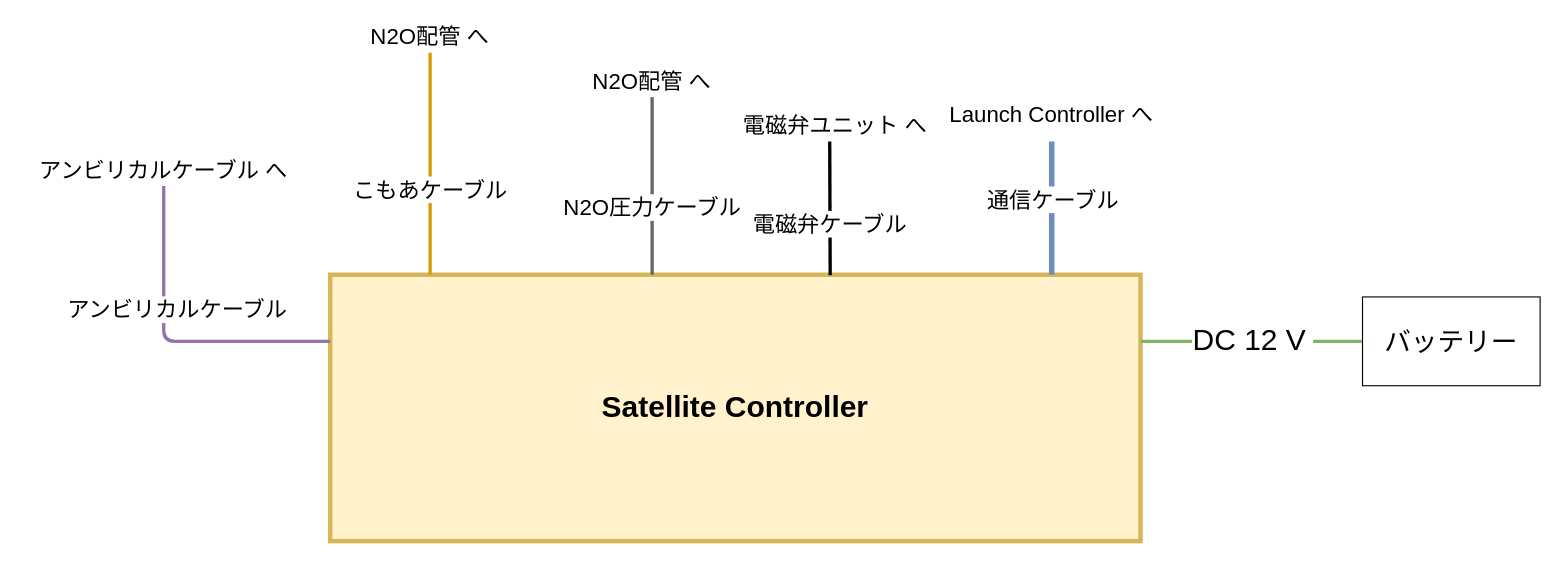
Above: Documents/Development/WireingDiagram/SatelliteController.drawio in tokai-student-rocket-project/Gen6-GSE-Elec (draw.io), before the change. Source tidied: cells renumbered, new cells numbered last; positions are measured from the earlier drawing's top-left corner, leaving out a move shared by most shapes. Both pictures are drawn from the tidied source at 111%, with x=0, y=0 at pixel (19, 19).
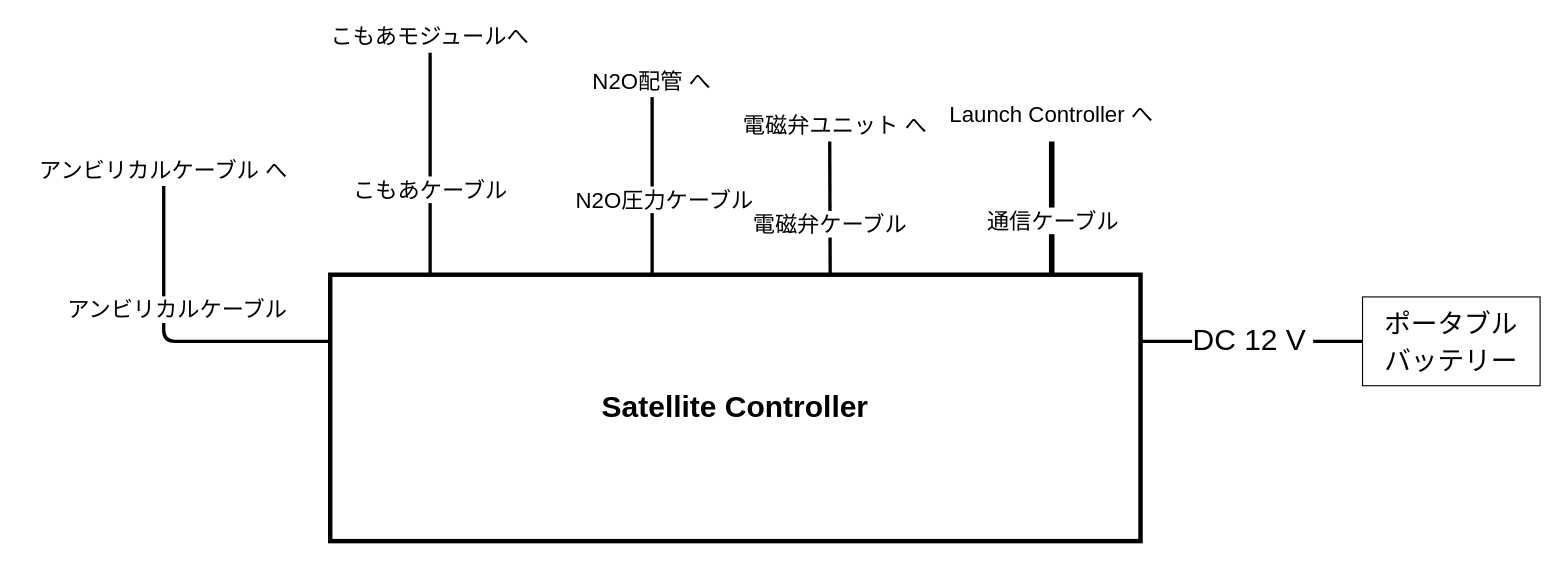
The same diagram, later.

Commit message (it also covers changes not shown here):
配線図を更新

The edit, as a diff of the source:
```diff
@@
-    <mxCell id="2" value="&lt;font style=&quot;font-size: 27px;&quot;&gt;&lt;b&gt;Satellite Controller&lt;/b&gt;&lt;/font&gt;" style="rounded=0;whiteSpace=wrap;html=1;fillColor=#fff2cc;strokeColor=#d6b656;strokeWidth=4;" parent="1" vertex="1">
+    <mxCell id="2" value="&lt;font style=&quot;font-size: 27px;&quot;&gt;&lt;b&gt;Satellite Controller&lt;/b&gt;&lt;/font&gt;" style="rounded=0;whiteSpace=wrap;html=1;strokeWidth=4;" parent="1" vertex="1">
       <mxGeometry x="280" y="230" width="730" height="240" as="geometry" />
     </mxCell>
-    <mxCell id="3" style="endArrow=none;html=1;strokeWidth=5;fontSize=16;exitX=0.75;exitY=0;exitDx=0;exitDy=0;fillColor=#dae8fc;strokeColor=#6c8ebf;" parent="1" edge="1">
+    <mxCell id="3" style="endArrow=none;html=1;strokeWidth=5;fontSize=16;exitX=0.75;exitY=0;exitDx=0;exitDy=0;" parent="1" edge="1">
       <mxGeometry relative="1" as="geometry">
         <mxPoint x="930" y="230" as="sourcePoint" />
         <mxPoint x="930" y="110" as="targetPoint" />
       </mxGeometry>
     </mxCell>
     <mxCell id="4" value="&lt;span style=&quot;font-size: 20px;&quot;&gt;通信ケーブル&lt;/span&gt;" style="edgeLabel;html=1;align=center;verticalAlign=middle;fontSize=16;" parent="3" vertex="1">
       <mxGeometry x="0.15" y="2" relative="1" as="geometry">
-        <mxPoint x="2" as="offset" />
+        <mxPoint x="2" y="19" as="offset" />
       </mxGeometry>
     </mxCell>
@@
-    <mxCell id="6" style="endArrow=none;html=1;strokeWidth=3;fontSize=27;exitX=1;exitY=0.25;exitDx=0;exitDy=0;fillColor=#d5e8d4;strokeColor=#82b366;entryX=0;entryY=0.5;entryDx=0;entryDy=0;" parent="1" edge="1" target="8">
+    <mxCell id="6" style="endArrow=none;html=1;strokeWidth=3;fontSize=27;exitX=1;exitY=0.25;exitDx=0;exitDy=0;entryX=0;entryY=0.5;entryDx=0;entryDy=0;" parent="1" edge="1" target="8">
       <mxGeometry relative="1" as="geometry">
         <mxPoint x="1010" y="290" as="sourcePoint" />
       </mxGeometry>
     </mxCell>
@@
-    <mxCell id="8" value="&lt;font style=&quot;font-size: 24px;&quot;&gt;バッテリー&lt;/font&gt;" style="rounded=0;whiteSpace=wrap;html=1;fontSize=27;" parent="1" vertex="1">
+    <mxCell id="8" value="&lt;font style=&quot;font-size: 24px;&quot;&gt;ポータブル&lt;br&gt;バッテリー&lt;/font&gt;" style="rounded=0;whiteSpace=wrap;html=1;fontSize=27;" parent="1" vertex="1">
       <mxGeometry x="1210" y="250" width="160" height="80" as="geometry" />
     </mxCell>
@@
-    <mxCell id="12" style="endArrow=none;html=1;strokeWidth=3;exitX=0.5;exitY=0;exitDx=0;exitDy=0;fillColor=#f5f5f5;strokeColor=#666666;" parent="1" edge="1">
+    <mxCell id="12" style="endArrow=none;html=1;strokeWidth=3;exitX=0.5;exitY=0;exitDx=0;exitDy=0;" parent="1" edge="1">
       <mxGeometry relative="1" as="geometry">
         <mxPoint x="570" y="230" as="sourcePoint" />
         <mxPoint x="570" y="70" as="targetPoint" />
       </mxGeometry>
     </mxCell>
     <mxCell id="13" value="&lt;font style=&quot;font-size: 20px;&quot;&gt;N2O圧力ケーブル&lt;/font&gt;" style="edgeLabel;html=1;align=center;verticalAlign=middle;" parent="12" vertex="1">
-      <mxGeometry x="-0.22" y="1" relative="1" as="geometry" />
+      <mxGeometry x="-0.22" y="1" relative="1" as="geometry">
+        <mxPoint x="11" y="-7" as="offset" />
+      </mxGeometry>
     </mxCell>
@@
-    <mxCell id="15" style="endArrow=none;html=1;strokeWidth=3;exitX=0.5;exitY=0;exitDx=0;exitDy=0;fillColor=#ffe6cc;strokeColor=#d79b00;entryX=0.5;entryY=1;entryDx=0;entryDy=0;" parent="1" edge="1" target="17">
+    <mxCell id="15" style="endArrow=none;html=1;strokeWidth=3;exitX=0.5;exitY=0;exitDx=0;exitDy=0;entryX=0.5;entryY=1;entryDx=0;entryDy=0;" parent="1" edge="1" target="17">
       <mxGeometry relative="1" as="geometry">
         <mxPoint x="370" y="230" as="sourcePoint" />
       </mxGeometry>
     </mxCell>
@@
-    <mxCell id="17" value="&lt;span style=&quot;font-size: 20px;&quot;&gt;N2O配管 へ&lt;/span&gt;" style="text;html=1;strokeColor=none;fillColor=none;align=center;verticalAlign=middle;whiteSpace=wrap;rounded=0;strokeWidth=4;fontSize=16;" parent="1" vertex="1">
+    <mxCell id="17" value="&lt;span style=&quot;font-size: 20px;&quot;&gt;こもあモジュールへ&lt;/span&gt;" style="text;html=1;strokeColor=none;fillColor=none;align=center;verticalAlign=middle;whiteSpace=wrap;rounded=0;strokeWidth=4;fontSize=16;" parent="1" vertex="1">
       <mxGeometry x="260" width="220" height="30" as="geometry" />
     </mxCell>
-    <mxCell id="18" style="endArrow=none;html=1;strokeWidth=3;exitX=0;exitY=0.25;exitDx=0;exitDy=0;fillColor=#e1d5e7;strokeColor=#9673a6;" parent="1" edge="1" source="2">
+    <mxCell id="18" style="endArrow=none;html=1;strokeWidth=3;exitX=0;exitY=0.25;exitDx=0;exitDy=0;" parent="1" edge="1" source="2">
       <mxGeometry relative="1" as="geometry">
         <mxPoint x="130" y="150" as="targetPoint" />
         <Array as="points">
           <mxPoint x="130" y="290" />
         </Array>
       </mxGeometry>
     </mxCell>
```
